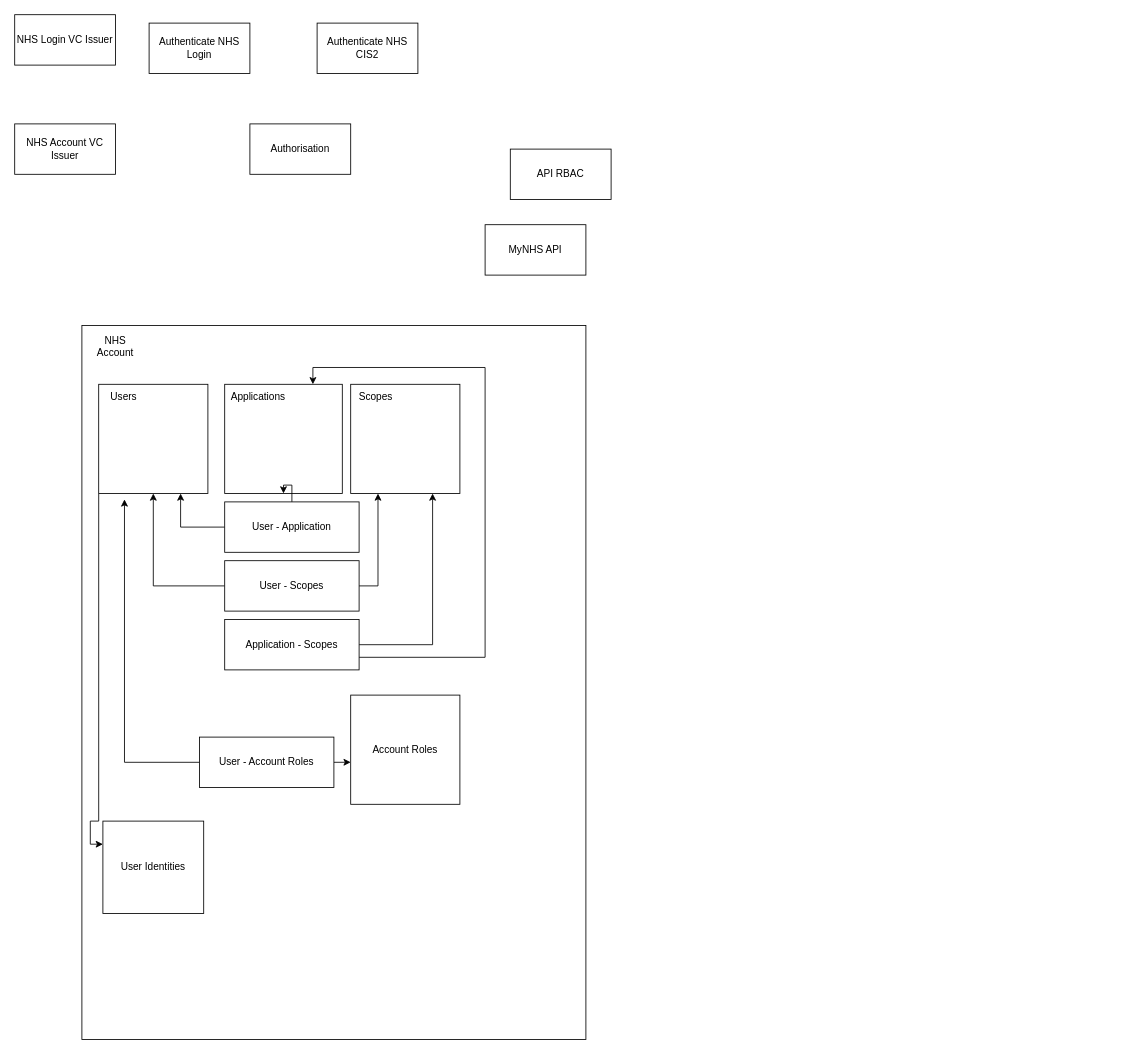
Above: docs/nhs-account/nhs-account.drawio in nhsexperience/nhs-experience (draw.io), before the change. Source tidied: cells renumbered, new cells numbered last; positions are measured from the earlier drawing's top-left corner, leaving out a move shared by most shapes. Both pictures are drawn from the tidied source at 84%, with x=0, y=0 at pixel (14, 14).
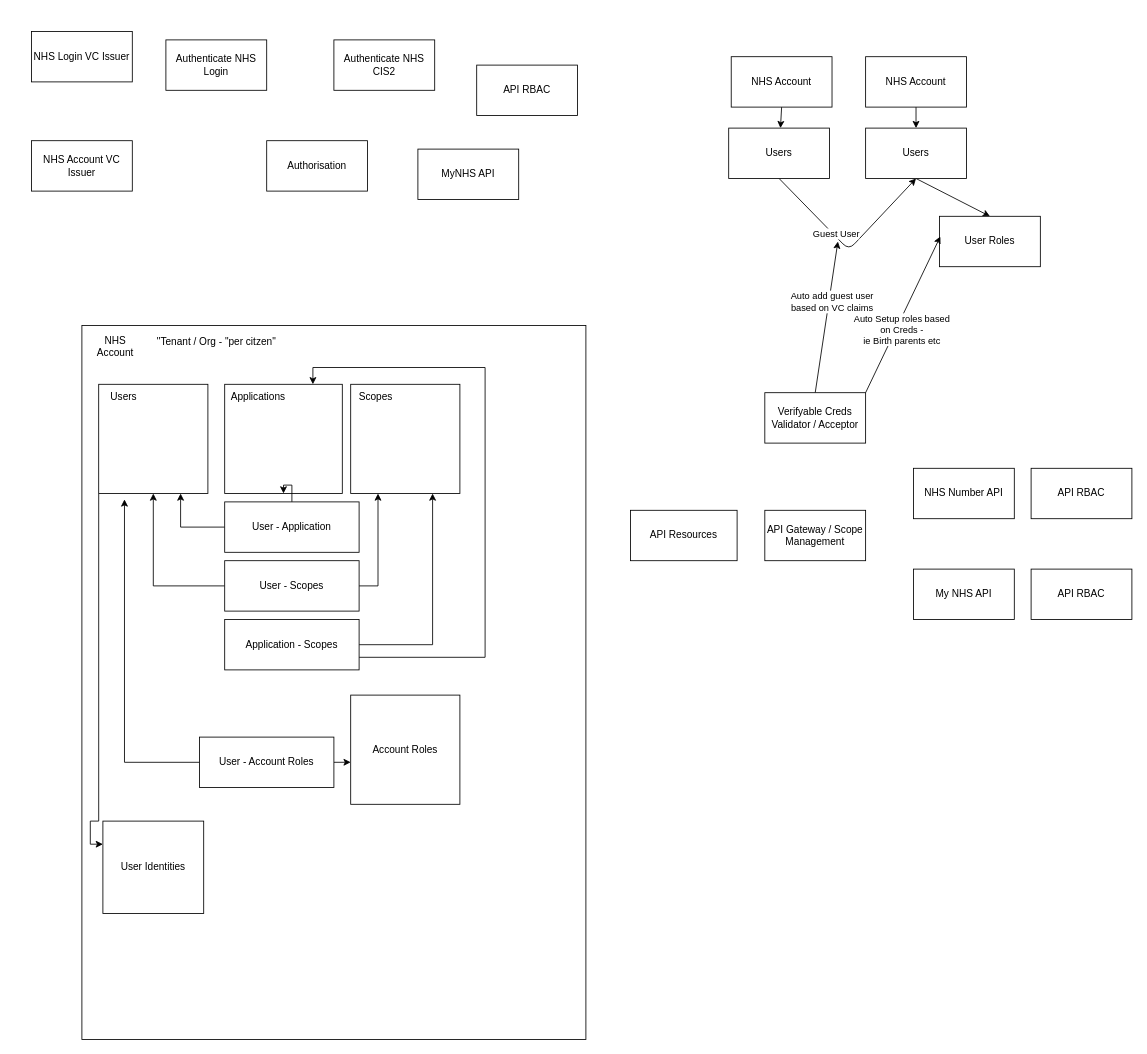
Above is the later version.

Commit message (it also covers changes not shown here):
Added experimental .svg export of .drawio files. Currently a manual process.

Diff of the diagram source:
```diff
@@
     <mxCell id="2" value="MyNHS API" style="rounded=0;whiteSpace=wrap;html=1;" parent="1" vertex="1">
-      <mxGeometry x="560" y="250" width="120" height="60" as="geometry" />
+      <mxGeometry x="480" y="160" width="120" height="60" as="geometry" />
     </mxCell>
     <mxCell id="3" value="Authorisation" style="whiteSpace=wrap;html=1;" parent="1" vertex="1">
-      <mxGeometry x="280" y="130" width="120" height="60" as="geometry" />
+      <mxGeometry x="300" y="150" width="120" height="60" as="geometry" />
     </mxCell>
     <mxCell id="4" value="Authenticate NHS Login" style="whiteSpace=wrap;html=1;" parent="1" vertex="1">
-      <mxGeometry x="160" y="10" width="120" height="60" as="geometry" />
+      <mxGeometry x="180" y="30" width="120" height="60" as="geometry" />
     </mxCell>
     <mxCell id="5" value="Authenticate NHS CIS2" style="whiteSpace=wrap;html=1;" parent="1" vertex="1">
-      <mxGeometry x="360" y="10" width="120" height="60" as="geometry" />
+      <mxGeometry x="380" y="30" width="120" height="60" as="geometry" />
     </mxCell>
     <mxCell id="6" value="NHS Account VC Issuer" style="rounded=0;whiteSpace=wrap;html=1;" parent="1" vertex="1">
-      <mxGeometry y="130" width="120" height="60" as="geometry" />
+      <mxGeometry x="20" y="150" width="120" height="60" as="geometry" />
     </mxCell>
     <mxCell id="7" value="NHS Login VC Issuer" style="rounded=0;whiteSpace=wrap;html=1;" parent="1" vertex="1">
-      <mxGeometry width="120" height="60" as="geometry" />
+      <mxGeometry x="20" y="20" width="120" height="60" as="geometry" />
     </mxCell>
     <mxCell id="8" value="API RBAC" style="rounded=0;whiteSpace=wrap;html=1;" parent="1" vertex="1">
-      <mxGeometry x="590" y="160" width="120" height="60" as="geometry" />
+      <mxGeometry x="550" y="60" width="120" height="60" as="geometry" />
     </mxCell>
@@
+    <mxCell id="32" style="edgeStyle=none;html=1;exitX=0.5;exitY=1;exitDx=0;exitDy=0;" parent="1" edge="1" source="33" target="38">
+      <mxGeometry relative="1" as="geometry" />
+    </mxCell>
+    <mxCell id="33" value="NHS Account" style="whiteSpace=wrap;html=1;" parent="1" vertex="1">
+      <mxGeometry x="853" y="50" width="120" height="60" as="geometry" />
+    </mxCell>
+    <mxCell id="34" style="edgeStyle=none;html=1;exitX=0.5;exitY=1;exitDx=0;exitDy=0;" parent="1" edge="1" source="35" target="40">
+      <mxGeometry relative="1" as="geometry" />
+    </mxCell>
+    <mxCell id="35" value="NHS Account" style="whiteSpace=wrap;html=1;" parent="1" vertex="1">
+      <mxGeometry x="1013" y="50" width="120" height="60" as="geometry" />
+    </mxCell>
+    <mxCell id="36" style="edgeStyle=none;html=1;exitX=0.5;exitY=1;exitDx=0;exitDy=0;entryX=0.5;entryY=1;entryDx=0;entryDy=0;" parent="1" edge="1" source="38" target="40">
+      <mxGeometry relative="1" as="geometry">
+        <Array as="points">
+          <mxPoint x="993" y="280" />
+        </Array>
+      </mxGeometry>
+    </mxCell>
+    <mxCell id="37" value="Guest User" style="edgeLabel;html=1;align=center;verticalAlign=middle;" parent="36" vertex="1">
+      <mxGeometry x="-0.2" y="3" relative="1" as="geometry" />
+    </mxCell>
+    <mxCell id="38" value="Users" style="whiteSpace=wrap;html=1;" parent="1" vertex="1">
+      <mxGeometry x="850" y="135" width="120" height="60" as="geometry" />
+    </mxCell>
+    <mxCell id="39" style="edgeStyle=none;html=1;exitX=0.5;exitY=1;exitDx=0;exitDy=0;entryX=0.5;entryY=0;entryDx=0;entryDy=0;" parent="1" edge="1" source="40" target="41">
+      <mxGeometry relative="1" as="geometry" />
+    </mxCell>
+    <mxCell id="40" value="Users" style="whiteSpace=wrap;html=1;" parent="1" vertex="1">
+      <mxGeometry x="1013" y="135" width="120" height="60" as="geometry" />
+    </mxCell>
+    <mxCell id="41" value="User Roles" style="whiteSpace=wrap;html=1;" parent="1" vertex="1">
+      <mxGeometry x="1101" y="240" width="120" height="60" as="geometry" />
+    </mxCell>
+    <mxCell id="42" style="edgeStyle=none;html=1;exitX=0.5;exitY=0;exitDx=0;exitDy=0;" parent="1" edge="1" source="46">
+      <mxGeometry relative="1" as="geometry">
+        <mxPoint x="980" y="270" as="targetPoint" />
+      </mxGeometry>
+    </mxCell>
+    <mxCell id="43" value="Auto add guest user&lt;br&gt;based on VC claims" style="edgeLabel;html=1;align=center;verticalAlign=middle;" parent="42" vertex="1">
+      <mxGeometry x="0.21" y="-3" relative="1" as="geometry" />
+    </mxCell>
+    <mxCell id="44" style="edgeStyle=none;html=1;exitX=1;exitY=0;exitDx=0;exitDy=0;entryX=0.008;entryY=0.4;entryDx=0;entryDy=0;entryPerimeter=0;" parent="1" edge="1" source="46" target="41">
+      <mxGeometry relative="1" as="geometry" />
+    </mxCell>
+    <mxCell id="45" value="Auto Setup roles based &lt;br&gt;on Creds - &lt;br&gt;ie Birth parents etc" style="edgeLabel;html=1;align=center;verticalAlign=middle;" parent="44" vertex="1">
+      <mxGeometry x="-0.17" y="-5" relative="1" as="geometry">
+        <mxPoint x="1" as="offset" />
+      </mxGeometry>
+    </mxCell>
+    <mxCell id="46" value="Verifyable Creds Validator / Acceptor" style="whiteSpace=wrap;html=1;" parent="1" vertex="1">
+      <mxGeometry x="893" y="450" width="120" height="60" as="geometry" />
+    </mxCell>
+    <mxCell id="47" value="NHS Number API" style="whiteSpace=wrap;html=1;" parent="1" vertex="1">
+      <mxGeometry x="1070" y="540" width="120" height="60" as="geometry" />
+    </mxCell>
+    <mxCell id="48" value="My NHS API" style="whiteSpace=wrap;html=1;" parent="1" vertex="1">
+      <mxGeometry x="1070" y="660" width="120" height="60" as="geometry" />
+    </mxCell>
+    <mxCell id="49" value="API Resources" style="whiteSpace=wrap;html=1;" parent="1" vertex="1">
+      <mxGeometry x="733" y="590" width="127" height="60" as="geometry" />
+    </mxCell>
+    <mxCell id="50" value="API Gateway / Scope Management" style="whiteSpace=wrap;html=1;" parent="1" vertex="1">
+      <mxGeometry x="893" y="590" width="120" height="60" as="geometry" />
+    </mxCell>
+    <mxCell id="51" value="API RBAC" style="whiteSpace=wrap;html=1;" parent="1" vertex="1">
+      <mxGeometry x="1210" y="540" width="120" height="60" as="geometry" />
+    </mxCell>
+    <mxCell id="52" value="API RBAC" style="whiteSpace=wrap;html=1;" parent="1" vertex="1">
+      <mxGeometry x="1210" y="660" width="120" height="60" as="geometry" />
+    </mxCell>
+    <mxCell id="53" value="&quot;Tenant / Org - &quot;per citzen&quot;" style="text;html=1;align=center;verticalAlign=middle;strokeColor=none;fillColor=none;" parent="1" vertex="1">
+      <mxGeometry x="160" y="380" width="160" height="20" as="geometry" />
+    </mxCell>
```
